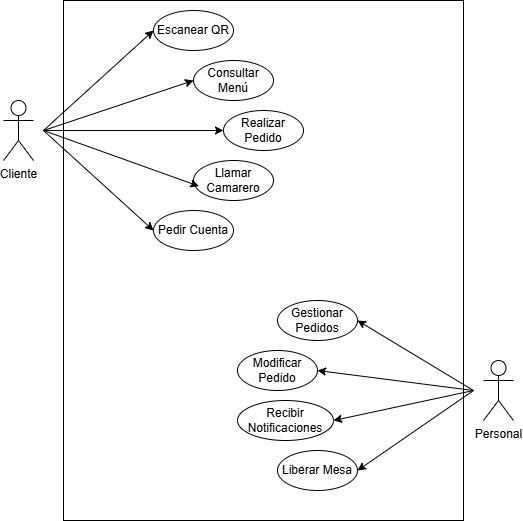
NoelSamaDEV/Proyecto2-DAM keeps this draw.io diagram as Diagramas/TablaActores.png. Above is the earlier version. Source tidied: cells renumbered, new cells last; positions are measured from the earlier drawing's top-left corner, leaving out a move shared by most shapes.
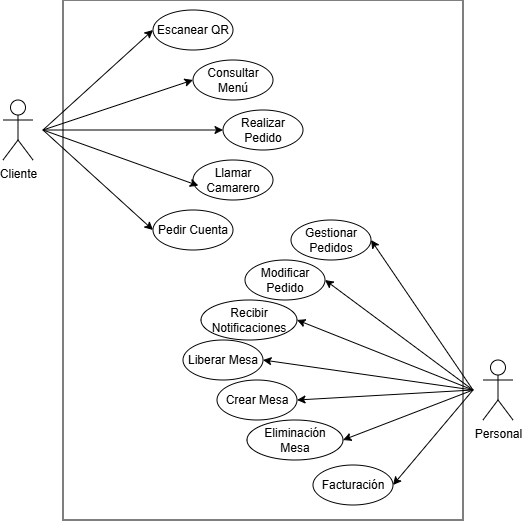
After the change.

Diff of the diagram source:
```diff
@@ -27,16 +27,16 @@
       <mxGeometry x="150" y="210" width="80" height="40" as="geometry" />
     </mxCell>
     <mxCell id="10" value="Gestionar Pedidos" style="ellipse;whiteSpace=wrap;html=1;" parent="1" vertex="1">
-      <mxGeometry x="274" y="300" width="80" height="40" as="geometry" />
+      <mxGeometry x="288" y="220" width="80" height="40" as="geometry" />
     </mxCell>
     <mxCell id="11" value="Modificar Pedido" style="ellipse;whiteSpace=wrap;html=1;" parent="1" vertex="1">
-      <mxGeometry x="234" y="350" width="80" height="40" as="geometry" />
+      <mxGeometry x="242" y="260" width="80" height="40" as="geometry" />
     </mxCell>
     <mxCell id="12" value="Recibir Notificaciones" style="ellipse;whiteSpace=wrap;html=1;" parent="1" vertex="1">
-      <mxGeometry x="234" y="400" width="96" height="40" as="geometry" />
+      <mxGeometry x="198" y="300" width="96" height="40" as="geometry" />
     </mxCell>
     <mxCell id="13" value="Liberar Mesa" style="ellipse;whiteSpace=wrap;html=1;" parent="1" vertex="1">
-      <mxGeometry x="274" y="450" width="80" height="40" as="geometry" />
+      <mxGeometry x="180" y="340" width="80" height="40" as="geometry" />
     </mxCell>
     <mxCell id="14" style="endArrow=classic;html=1;rounded=0;entryX=0;entryY=0.5;entryDx=0;entryDy=0;" parent="1" edge="1" target="5">
       <mxGeometry relative="1" as="geometry">
@@ -83,5 +83,29 @@
         <mxPoint x="470" y="390" as="sourcePoint" />
       </mxGeometry>
     </mxCell>
+    <mxCell id="23" value="Crear Mesa" style="ellipse;whiteSpace=wrap;html=1;" parent="1" vertex="1">
+      <mxGeometry x="214" y="380" width="80" height="40" as="geometry" />
+    </mxCell>
+    <mxCell id="24" value="Eliminación Mesa" style="ellipse;whiteSpace=wrap;html=1;" parent="1" vertex="1">
+      <mxGeometry x="244" y="420" width="96" height="40" as="geometry" />
+    </mxCell>
+    <mxCell id="25" value="Facturación" style="ellipse;whiteSpace=wrap;html=1;" parent="1" vertex="1">
+      <mxGeometry x="310" y="465" width="80" height="40" as="geometry" />
+    </mxCell>
+    <mxCell id="26" style="endArrow=classic;html=1;rounded=0;entryX=1;entryY=0.5;entryDx=0;entryDy=0;" parent="1" edge="1" target="23">
+      <mxGeometry relative="1" as="geometry">
+        <mxPoint x="470" y="390" as="sourcePoint" />
+      </mxGeometry>
+    </mxCell>
+    <mxCell id="27" style="endArrow=classic;html=1;rounded=0;entryX=1;entryY=0.5;entryDx=0;entryDy=0;" parent="1" edge="1" target="24">
+      <mxGeometry relative="1" as="geometry">
+        <mxPoint x="470" y="390" as="sourcePoint" />
+      </mxGeometry>
+    </mxCell>
+    <mxCell id="28" style="endArrow=classic;html=1;rounded=0;entryX=1;entryY=0.5;entryDx=0;entryDy=0;" parent="1" edge="1" target="25">
+      <mxGeometry relative="1" as="geometry">
+        <mxPoint x="470" y="390" as="sourcePoint" />
+      </mxGeometry>
+    </mxCell>
   </root>
 </mxGraphModel>
```
